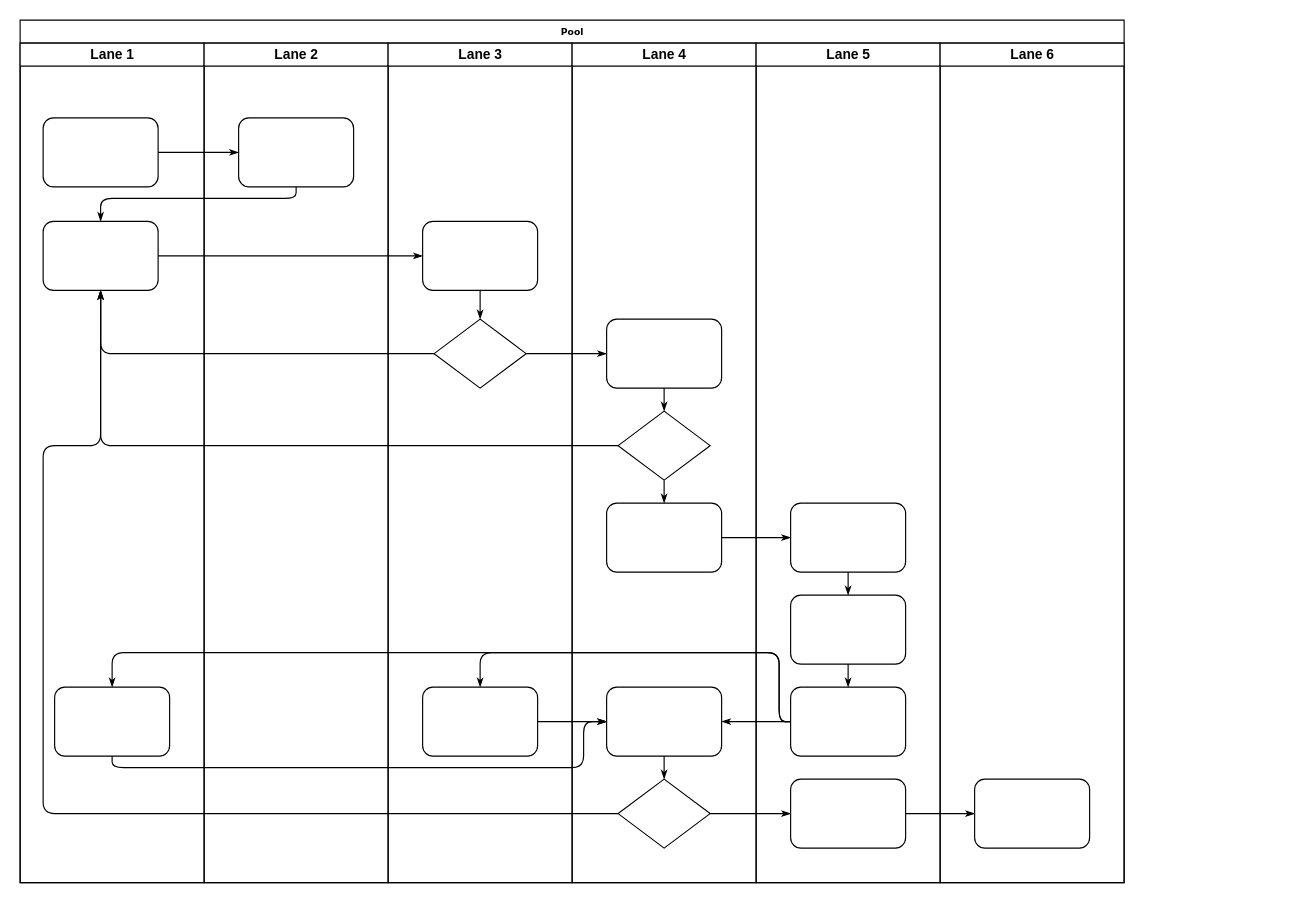
Earlier version of the draw.io diagram Untitled Diagram.drawio (Cyrolies/TigersFreightDocs). Source tidied: cells renumbered, new cells numbered last; positions are measured from the earlier drawing's top-left corner, leaving out a move shared by most shapes. Both pictures are drawn from the tidied source at 115%, with x=0, y=0 at pixel (20, 20).
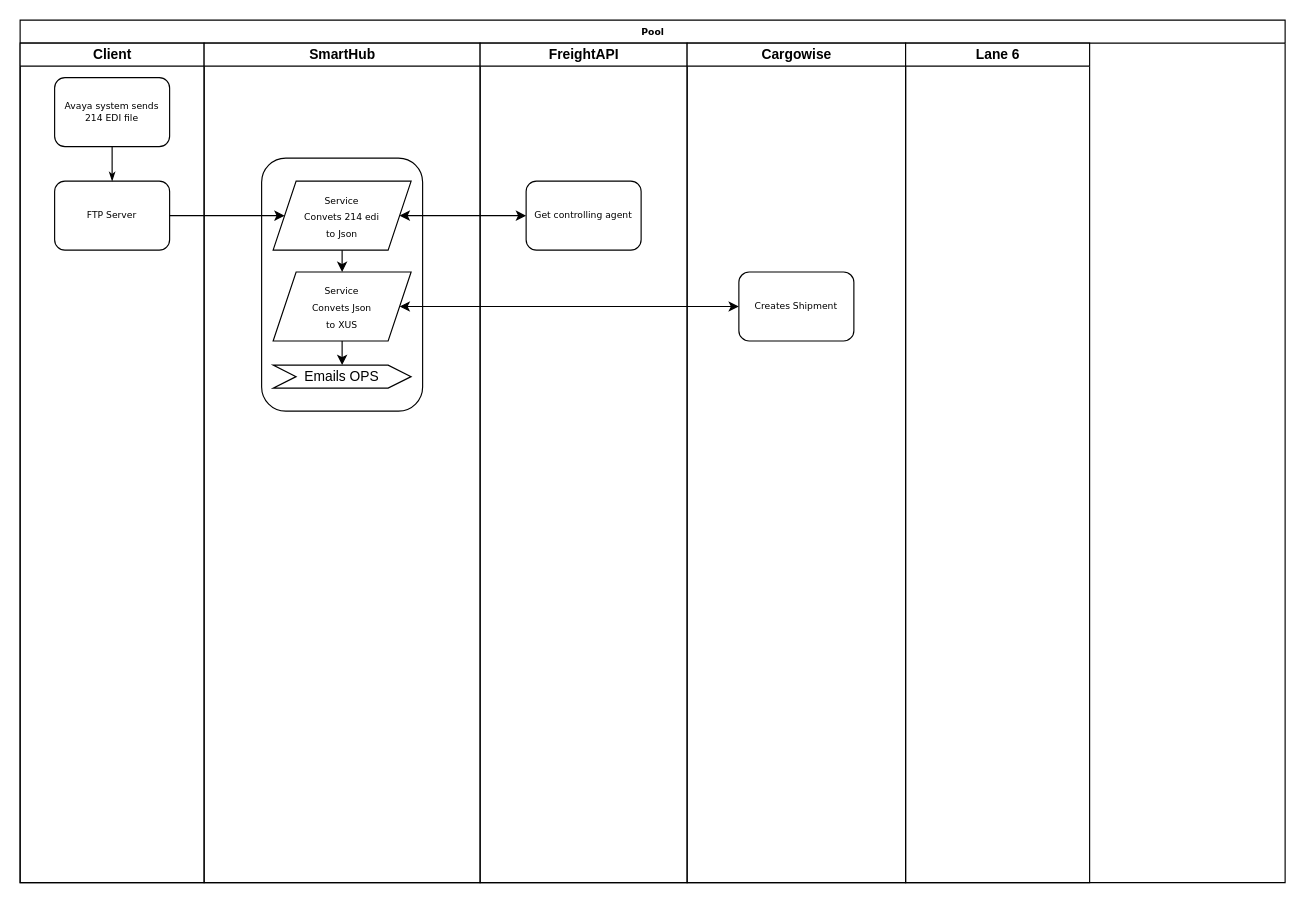
The same diagram, later.

Change to the diagram source:
```diff
@@
     <mxCell id="2" value="Pool" style="swimlane;html=1;startSize=20;rounded=0;shadow=0;labelBackgroundColor=none;strokeWidth=1;fontFamily=Verdana;fontSize=8;align=center;" parent="1" vertex="1">
-      <mxGeometry width="960" height="750" as="geometry" />
+      <mxGeometry width="1100" height="750" as="geometry" />
     </mxCell>
-    <mxCell id="3" value="Lane 1" style="swimlane;html=1;startSize=20;" parent="2" vertex="1">
+    <mxCell id="3" value="Client" style="swimlane;html=1;startSize=20;" parent="2" vertex="1">
       <mxGeometry y="20" width="160" height="730" as="geometry" />
     </mxCell>
-    <mxCell id="4" style="rounded=1;whiteSpace=wrap;html=1;shadow=0;labelBackgroundColor=none;strokeWidth=1;fontFamily=Verdana;fontSize=8;align=center;" parent="3" vertex="1">
-      <mxGeometry x="20" y="65" width="100" height="60" as="geometry" />
+    <mxCell id="4" value="Avaya system sends&lt;br&gt;214 EDI file" style="rounded=1;whiteSpace=wrap;html=1;shadow=0;labelBackgroundColor=none;strokeWidth=1;fontFamily=Verdana;fontSize=8;align=center;" parent="3" vertex="1">
+      <mxGeometry x="30" y="30" width="100" height="60" as="geometry" />
     </mxCell>
+    <mxCell id="23" value="FTP Server" style="rounded=1;whiteSpace=wrap;html=1;shadow=0;labelBackgroundColor=none;strokeWidth=1;fontFamily=Verdana;fontSize=8;align=center;" parent="3" vertex="1">
+      <mxGeometry x="30" y="120" width="100" height="60" as="geometry" />
+    </mxCell>
+    <mxCell id="7" style="edgeStyle=orthogonalEdgeStyle;rounded=1;html=1;labelBackgroundColor=none;startArrow=none;startFill=0;startSize=5;endArrow=classicThin;endFill=1;endSize=5;jettySize=auto;strokeWidth=1;fontFamily=Verdana;fontSize=8;" parent="3" edge="1" source="4" target="23">
+      <mxGeometry relative="1" as="geometry" />
+    </mxCell>
+    <mxCell id="24" value="SmartHub" style="swimlane;html=1;startSize=20;" parent="2" vertex="1">
+      <mxGeometry x="160" y="20" width="240" height="730" as="geometry" />
+    </mxCell>
-    <mxCell id="5" style="rounded=1;whiteSpace=wrap;html=1;shadow=0;labelBackgroundColor=none;strokeWidth=1;fontFamily=Verdana;fontSize=8;align=center;" parent="3" vertex="1">
-      <mxGeometry x="20" y="155" width="100" height="60" as="geometry" />
+    <mxCell id="5" style="rounded=1;whiteSpace=wrap;html=1;shadow=0;labelBackgroundColor=none;strokeWidth=1;fontFamily=Verdana;fontSize=8;align=center;" parent="24" vertex="1">
+      <mxGeometry x="50" y="100" width="140" height="220" as="geometry" />
     </mxCell>
-    <mxCell id="6" style="rounded=1;whiteSpace=wrap;html=1;shadow=0;labelBackgroundColor=none;strokeWidth=1;fontFamily=Verdana;fontSize=8;align=center;" parent="3" vertex="1">
-      <mxGeometry x="30" y="560" width="100" height="60" as="geometry" />
-    </mxCell>
-    <mxCell id="7" style="edgeStyle=orthogonalEdgeStyle;rounded=1;html=1;labelBackgroundColor=none;startArrow=none;startFill=0;startSize=5;endArrow=classicThin;endFill=1;endSize=5;jettySize=auto;strokeWidth=1;fontFamily=Verdana;fontSize=8;" parent="2" edge="1" source="4" target="23">
-      <mxGeometry relative="1" as="geometry" />
-    </mxCell>
-    <mxCell id="8" style="edgeStyle=orthogonalEdgeStyle;rounded=1;html=1;labelBackgroundColor=none;startArrow=none;startFill=0;startSize=5;endArrow=classicThin;endFill=1;endSize=5;jettySize=auto;strokeWidth=1;fontFamily=Verdana;fontSize=8;" parent="2" edge="1" source="23" target="5">
-      <mxGeometry relative="1" as="geometry">
-        <Array as="points">
-          <mxPoint x="240" y="155" />
-          <mxPoint x="70" y="155" />
-        </Array>
-      </mxGeometry>
-    </mxCell>
-    <mxCell id="9" style="edgeStyle=orthogonalEdgeStyle;rounded=1;html=1;labelBackgroundColor=none;startArrow=none;startFill=0;startSize=5;endArrow=classicThin;endFill=1;endSize=5;jettySize=auto;strokeWidth=1;fontFamily=Verdana;fontSize=8;" parent="2" edge="1" source="5" target="25">
-      <mxGeometry relative="1" as="geometry" />
-    </mxCell>
-    <mxCell id="10" style="edgeStyle=orthogonalEdgeStyle;rounded=1;html=1;labelBackgroundColor=none;startArrow=none;startFill=0;startSize=5;endArrow=classicThin;endFill=1;endSize=5;jettySize=auto;strokeWidth=1;fontFamily=Verdana;fontSize=8;" parent="2" edge="1" source="26" target="5">
-      <mxGeometry relative="1" as="geometry" />
-    </mxCell>
-    <mxCell id="11" style="edgeStyle=orthogonalEdgeStyle;rounded=1;html=1;labelBackgroundColor=none;startArrow=none;startFill=0;startSize=5;endArrow=classicThin;endFill=1;endSize=5;jettySize=auto;strokeWidth=1;fontFamily=Verdana;fontSize=8;" parent="2" edge="1" source="31" target="5">
-      <mxGeometry relative="1" as="geometry" />
-    </mxCell>
-    <mxCell id="12" style="edgeStyle=orthogonalEdgeStyle;rounded=1;html=1;labelBackgroundColor=none;startArrow=none;startFill=0;startSize=5;endArrow=classicThin;endFill=1;endSize=5;jettySize=auto;strokeWidth=1;fontFamily=Verdana;fontSize=8;" parent="2" edge="1" source="34" target="5">
-      <mxGeometry relative="1" as="geometry">
-        <Array as="points">
-          <mxPoint x="20" y="690" />
-          <mxPoint x="20" y="370" />
-          <mxPoint x="70" y="370" />
-        </Array>
-      </mxGeometry>
-    </mxCell>
-    <mxCell id="13" style="edgeStyle=orthogonalEdgeStyle;rounded=1;html=1;labelBackgroundColor=none;startArrow=none;startFill=0;startSize=5;endArrow=classicThin;endFill=1;endSize=5;jettySize=auto;strokeWidth=1;fontFamily=Verdana;fontSize=8;" parent="2" edge="1" source="26" target="30">
-      <mxGeometry relative="1" as="geometry" />
-    </mxCell>
-    <mxCell id="14" style="edgeStyle=orthogonalEdgeStyle;rounded=1;html=1;labelBackgroundColor=none;startArrow=none;startFill=0;startSize=5;endArrow=classicThin;endFill=1;endSize=5;jettySize=auto;strokeWidth=1;fontFamily=Verdana;fontSize=8;" parent="2" edge="1" source="34" target="42">
-      <mxGeometry relative="1" as="geometry" />
-    </mxCell>
-    <mxCell id="15" style="edgeStyle=orthogonalEdgeStyle;rounded=1;html=1;labelBackgroundColor=none;startArrow=none;startFill=0;startSize=5;endArrow=classicThin;endFill=1;endSize=5;jettySize=auto;strokeWidth=1;fontFamily=Verdana;fontSize=8;" parent="2" edge="1" source="42" target="46">
-      <mxGeometry relative="1" as="geometry" />
-    </mxCell>
-    <mxCell id="16" style="edgeStyle=orthogonalEdgeStyle;rounded=1;html=1;labelBackgroundColor=none;startArrow=none;startFill=0;startSize=5;endArrow=classicThin;endFill=1;endSize=5;jettySize=auto;strokeWidth=1;fontFamily=Verdana;fontSize=8;" parent="2" edge="1" source="32" target="39">
-      <mxGeometry relative="1" as="geometry" />
-    </mxCell>
-    <mxCell id="17" style="edgeStyle=orthogonalEdgeStyle;rounded=1;html=1;labelBackgroundColor=none;startArrow=none;startFill=0;startSize=5;endArrow=classicThin;endFill=1;endSize=5;jettySize=auto;strokeWidth=1;fontFamily=Verdana;fontSize=8;" parent="2" edge="1" source="41" target="27">
-      <mxGeometry relative="1" as="geometry">
-        <Array as="points">
-          <mxPoint x="660" y="610" />
-          <mxPoint x="660" y="550" />
-          <mxPoint x="400" y="550" />
-        </Array>
-      </mxGeometry>
-    </mxCell>
-    <mxCell id="18" style="edgeStyle=orthogonalEdgeStyle;rounded=1;html=1;labelBackgroundColor=none;startArrow=none;startFill=0;startSize=5;endArrow=classicThin;endFill=1;endSize=5;jettySize=auto;strokeColor=#000000;strokeWidth=1;fontFamily=Verdana;fontSize=8;fontColor=#000000;" parent="2" edge="1" source="41" target="33">
-      <mxGeometry relative="1" as="geometry" />
-    </mxCell>
-    <mxCell id="19" style="edgeStyle=orthogonalEdgeStyle;rounded=1;html=1;labelBackgroundColor=none;startArrow=none;startFill=0;startSize=5;endArrow=classicThin;endFill=1;endSize=5;jettySize=auto;strokeWidth=1;fontFamily=Verdana;fontSize=8;" parent="2" edge="1" source="41" target="6">
-      <mxGeometry relative="1" as="geometry">
-        <Array as="points">
-          <mxPoint x="660" y="610" />
-          <mxPoint x="660" y="550" />
-          <mxPoint x="80" y="550" />
-        </Array>
-      </mxGeometry>
-    </mxCell>
-    <mxCell id="20" style="edgeStyle=orthogonalEdgeStyle;rounded=1;html=1;labelBackgroundColor=none;startArrow=none;startFill=0;startSize=5;endArrow=classicThin;endFill=1;endSize=5;jettySize=auto;strokeWidth=1;fontFamily=Verdana;fontSize=8;" parent="2" edge="1" source="6" target="33">
-      <mxGeometry relative="1" as="geometry">
-        <Array as="points">
-          <mxPoint x="80" y="650" />
-          <mxPoint x="490" y="650" />
-          <mxPoint x="490" y="610" />
-        </Array>
-      </mxGeometry>
-    </mxCell>
-    <mxCell id="21" style="edgeStyle=orthogonalEdgeStyle;rounded=1;html=1;labelBackgroundColor=none;startArrow=none;startFill=0;startSize=5;endArrow=classicThin;endFill=1;endSize=5;jettySize=auto;strokeWidth=1;fontFamily=Verdana;fontSize=8;" parent="2" edge="1" source="27" target="33">
-      <mxGeometry relative="1" as="geometry" />
-    </mxCell>
-    <mxCell id="22" value="Lane 2" style="swimlane;html=1;startSize=20;" parent="2" vertex="1">
-      <mxGeometry x="160" y="20" width="160" height="730" as="geometry" />
-    </mxCell>
-    <mxCell id="23" style="rounded=1;whiteSpace=wrap;html=1;shadow=0;labelBackgroundColor=none;strokeWidth=1;fontFamily=Verdana;fontSize=8;align=center;" parent="22" vertex="1">
-      <mxGeometry x="30" y="65" width="100" height="60" as="geometry" />
-    </mxCell>
-    <mxCell id="24" value="Lane 3" style="swimlane;html=1;startSize=20;" parent="2" vertex="1">
-      <mxGeometry x="320" y="20" width="160" height="730" as="geometry" />
-    </mxCell>
+    <mxCell id="47" value="&lt;span style=&quot;font-family: &amp;#34;verdana&amp;#34; ; font-size: 8px&quot;&gt;Service&lt;/span&gt;&lt;br style=&quot;font-family: &amp;#34;verdana&amp;#34; ; font-size: 8px&quot;&gt;&lt;span style=&quot;font-family: &amp;#34;verdana&amp;#34; ; font-size: 8px&quot;&gt;Convets 214 edi&lt;/span&gt;&lt;br style=&quot;font-family: &amp;#34;verdana&amp;#34; ; font-size: 8px&quot;&gt;&lt;span style=&quot;font-family: &amp;#34;verdana&amp;#34; ; font-size: 8px&quot;&gt;to Json&lt;/span&gt;" style="shape=parallelogram;perimeter=parallelogramPerimeter;whiteSpace=wrap;html=1;fixedSize=1;" parent="24" vertex="1">
+      <mxGeometry x="60" y="120" width="120" height="60" as="geometry" />
+    </mxCell>
+    <mxCell id="48" value="&lt;span style=&quot;font-family: &amp;#34;verdana&amp;#34; ; font-size: 8px&quot;&gt;Service&lt;/span&gt;&lt;br style=&quot;font-family: &amp;#34;verdana&amp;#34; ; font-size: 8px&quot;&gt;&lt;span style=&quot;font-family: &amp;#34;verdana&amp;#34; ; font-size: 8px&quot;&gt;Convets Json&lt;/span&gt;&lt;br style=&quot;font-family: &amp;#34;verdana&amp;#34; ; font-size: 8px&quot;&gt;&lt;span style=&quot;font-family: &amp;#34;verdana&amp;#34; ; font-size: 8px&quot;&gt;to XUS&lt;/span&gt;" style="shape=parallelogram;perimeter=parallelogramPerimeter;whiteSpace=wrap;html=1;fixedSize=1;" parent="24" vertex="1">
+      <mxGeometry x="60" y="199" width="120" height="60" as="geometry" />
+    </mxCell>
+    <mxCell id="49" value="Emails OPS" style="shape=step;perimeter=stepPerimeter;whiteSpace=wrap;html=1;fixedSize=1;" parent="24" vertex="1">
+      <mxGeometry x="60" y="280" width="120" height="20" as="geometry" />
+    </mxCell>
+    <mxCell id="50" style="endArrow=classic;html=1;exitX=0.5;exitY=1;exitDx=0;exitDy=0;entryX=0.5;entryY=0;entryDx=0;entryDy=0;" parent="24" edge="1" source="47" target="48">
+      <mxGeometry relative="1" as="geometry" />
+    </mxCell>
+    <mxCell id="51" style="endArrow=classic;html=1;exitX=0.5;exitY=1;exitDx=0;exitDy=0;entryX=0.5;entryY=0;entryDx=0;entryDy=0;" parent="24" edge="1" source="48" target="49">
+      <mxGeometry relative="1" as="geometry" />
+    </mxCell>
+    <mxCell id="29" value="FreightAPI" style="swimlane;html=1;startSize=20;" parent="2" vertex="1">
+      <mxGeometry x="400" y="20" width="180" height="730" as="geometry" />
+    </mxCell>
-    <mxCell id="25" style="rounded=1;whiteSpace=wrap;html=1;shadow=0;labelBackgroundColor=none;strokeWidth=1;fontFamily=Verdana;fontSize=8;align=center;" parent="24" vertex="1">
-      <mxGeometry x="30" y="155" width="100" height="60" as="geometry" />
+    <mxCell id="25" value="Get controlling agent" style="rounded=1;whiteSpace=wrap;html=1;shadow=0;labelBackgroundColor=none;strokeWidth=1;fontFamily=Verdana;fontSize=8;align=center;" parent="29" vertex="1">
+      <mxGeometry x="40" y="120" width="100" height="60" as="geometry" />
     </mxCell>
-    <mxCell id="26" style="rhombus;whiteSpace=wrap;html=1;rounded=0;shadow=0;labelBackgroundColor=none;strokeWidth=1;fontFamily=Verdana;fontSize=8;align=center;" parent="24" vertex="1">
-      <mxGeometry x="40" y="240" width="80" height="60" as="geometry" />
-    </mxCell>
-    <mxCell id="27" style="rounded=1;whiteSpace=wrap;html=1;shadow=0;labelBackgroundColor=none;strokeWidth=1;fontFamily=Verdana;fontSize=8;align=center;" parent="24" vertex="1">
-      <mxGeometry x="30" y="560" width="100" height="60" as="geometry" />
-    </mxCell>
-    <mxCell id="28" style="edgeStyle=orthogonalEdgeStyle;rounded=1;html=1;labelBackgroundColor=none;startArrow=none;startFill=0;startSize=5;endArrow=classicThin;endFill=1;endSize=5;jettySize=auto;strokeWidth=1;fontFamily=Verdana;fontSize=8;" parent="24" edge="1" source="25" target="26">
-      <mxGeometry relative="1" as="geometry" />
-    </mxCell>
-    <mxCell id="29" value="Lane 4" style="swimlane;html=1;startSize=20;" parent="2" vertex="1">
-      <mxGeometry x="480" y="20" width="160" height="730" as="geometry" />
-    </mxCell>
-    <mxCell id="30" style="rounded=1;whiteSpace=wrap;html=1;shadow=0;labelBackgroundColor=none;strokeWidth=1;fontFamily=Verdana;fontSize=8;align=center;" parent="29" vertex="1">
-      <mxGeometry x="30" y="240" width="100" height="60" as="geometry" />
-    </mxCell>
-    <mxCell id="31" style="rhombus;whiteSpace=wrap;html=1;rounded=0;shadow=0;labelBackgroundColor=none;strokeWidth=1;fontFamily=Verdana;fontSize=8;align=center;" parent="29" vertex="1">
-      <mxGeometry x="40" y="320" width="80" height="60" as="geometry" />
-    </mxCell>
-    <mxCell id="32" style="rounded=1;whiteSpace=wrap;html=1;shadow=0;labelBackgroundColor=none;strokeWidth=1;fontFamily=Verdana;fontSize=8;align=center;" parent="29" vertex="1">
-      <mxGeometry x="30" y="400" width="100" height="60" as="geometry" />
-    </mxCell>
-    <mxCell id="33" style="rounded=1;whiteSpace=wrap;html=1;shadow=0;labelBackgroundColor=none;strokeWidth=1;fontFamily=Verdana;fontSize=8;align=center;" parent="29" vertex="1">
-      <mxGeometry x="30" y="560" width="100" height="60" as="geometry" />
-    </mxCell>
-    <mxCell id="34" style="rhombus;whiteSpace=wrap;html=1;rounded=0;shadow=0;labelBackgroundColor=none;strokeWidth=1;fontFamily=Verdana;fontSize=8;align=center;" parent="29" vertex="1">
-      <mxGeometry x="40" y="640" width="80" height="60" as="geometry" />
-    </mxCell>
-    <mxCell id="35" style="edgeStyle=orthogonalEdgeStyle;rounded=1;html=1;labelBackgroundColor=none;startArrow=none;startFill=0;startSize=5;endArrow=classicThin;endFill=1;endSize=5;jettySize=auto;strokeColor=#000000;strokeWidth=1;fontFamily=Verdana;fontSize=8;fontColor=#000000;" parent="29" edge="1" source="30" target="31">
-      <mxGeometry relative="1" as="geometry" />
-    </mxCell>
-    <mxCell id="36" style="edgeStyle=orthogonalEdgeStyle;rounded=1;html=1;labelBackgroundColor=none;startArrow=none;startFill=0;startSize=5;endArrow=classicThin;endFill=1;endSize=5;jettySize=auto;strokeWidth=1;fontFamily=Verdana;fontSize=8;" parent="29" edge="1" source="31" target="32">
-      <mxGeometry relative="1" as="geometry" />
-    </mxCell>
-    <mxCell id="37" style="edgeStyle=orthogonalEdgeStyle;rounded=1;html=1;labelBackgroundColor=none;startArrow=none;startFill=0;startSize=5;endArrow=classicThin;endFill=1;endSize=5;jettySize=auto;strokeWidth=1;fontFamily=Verdana;fontSize=8;" parent="29" edge="1" source="33" target="34">
-      <mxGeometry relative="1" as="geometry" />
-    </mxCell>
-    <mxCell id="38" value="Lane 5" style="swimlane;html=1;startSize=20;" parent="2" vertex="1">
-      <mxGeometry x="640" y="20" width="160" height="730" as="geometry" />
+    <mxCell id="38" value="Cargowise" style="swimlane;html=1;startSize=20;" parent="2" vertex="1">
+      <mxGeometry x="580" y="20" width="190" height="730" as="geometry" />
     </mxCell>
-    <mxCell id="39" style="rounded=1;whiteSpace=wrap;html=1;shadow=0;labelBackgroundColor=none;strokeWidth=1;fontFamily=Verdana;fontSize=8;align=center;" parent="38" vertex="1">
-      <mxGeometry x="30" y="400" width="100" height="60" as="geometry" />
-    </mxCell>
-    <mxCell id="40" style="rounded=1;whiteSpace=wrap;html=1;shadow=0;labelBackgroundColor=none;strokeWidth=1;fontFamily=Verdana;fontSize=8;align=center;" parent="38" vertex="1">
-      <mxGeometry x="30" y="480" width="100" height="60" as="geometry" />
-    </mxCell>
-    <mxCell id="41" style="rounded=1;whiteSpace=wrap;html=1;shadow=0;labelBackgroundColor=none;strokeWidth=1;fontFamily=Verdana;fontSize=8;align=center;" parent="38" vertex="1">
-      <mxGeometry x="30" y="560" width="100" height="60" as="geometry" />
-    </mxCell>
-    <mxCell id="42" style="rounded=1;whiteSpace=wrap;html=1;shadow=0;labelBackgroundColor=none;strokeWidth=1;fontFamily=Verdana;fontSize=8;align=center;" parent="38" vertex="1">
-      <mxGeometry x="30" y="640" width="100" height="60" as="geometry" />
-    </mxCell>
-    <mxCell id="43" style="edgeStyle=orthogonalEdgeStyle;rounded=1;html=1;labelBackgroundColor=none;startArrow=none;startFill=0;startSize=5;endArrow=classicThin;endFill=1;endSize=5;jettySize=auto;strokeWidth=1;fontFamily=Verdana;fontSize=8;" parent="38" edge="1" source="39" target="40">
-      <mxGeometry relative="1" as="geometry" />
-    </mxCell>
-    <mxCell id="44" style="edgeStyle=orthogonalEdgeStyle;rounded=1;html=1;labelBackgroundColor=none;startArrow=none;startFill=0;startSize=5;endArrow=classicThin;endFill=1;endSize=5;jettySize=auto;strokeWidth=1;fontFamily=Verdana;fontSize=8;" parent="38" edge="1" source="40" target="41">
-      <mxGeometry relative="1" as="geometry" />
-    </mxCell>
+    <mxCell id="52" value="Creates Shipment" style="rounded=1;whiteSpace=wrap;html=1;shadow=0;labelBackgroundColor=none;strokeWidth=1;fontFamily=Verdana;fontSize=8;align=center;" parent="38" vertex="1">
+      <mxGeometry x="45" y="199" width="100" height="60" as="geometry" />
+    </mxCell>
     <mxCell id="45" value="Lane 6" style="swimlane;html=1;startSize=20;" parent="2" vertex="1">
-      <mxGeometry x="800" y="20" width="160" height="730" as="geometry" />
+      <mxGeometry x="770" y="20" width="160" height="730" as="geometry" />
     </mxCell>
-    <mxCell id="46" style="rounded=1;whiteSpace=wrap;html=1;shadow=0;labelBackgroundColor=none;strokeWidth=1;fontFamily=Verdana;fontSize=8;align=center;" parent="45" vertex="1">
-      <mxGeometry x="30" y="640" width="100" height="60" as="geometry" />
-    </mxCell>
+    <mxCell id="53" style="endArrow=classic;html=1;exitX=1;exitY=0.5;exitDx=0;exitDy=0;entryX=0;entryY=0.5;entryDx=0;entryDy=0;" parent="2" edge="1" source="23" target="47">
+      <mxGeometry relative="1" as="geometry" />
+    </mxCell>
+    <mxCell id="54" style="endArrow=classic;startArrow=classic;html=1;entryX=0;entryY=0.5;entryDx=0;entryDy=0;exitX=1;exitY=0.5;exitDx=0;exitDy=0;" parent="2" edge="1" source="47" target="25">
+      <mxGeometry relative="1" as="geometry" />
+    </mxCell>
+    <mxCell id="55" style="endArrow=classic;startArrow=classic;html=1;entryX=0;entryY=0.5;entryDx=0;entryDy=0;exitX=1;exitY=0.5;exitDx=0;exitDy=0;" parent="2" edge="1" source="48" target="52">
+      <mxGeometry relative="1" as="geometry" />
+    </mxCell>
```
